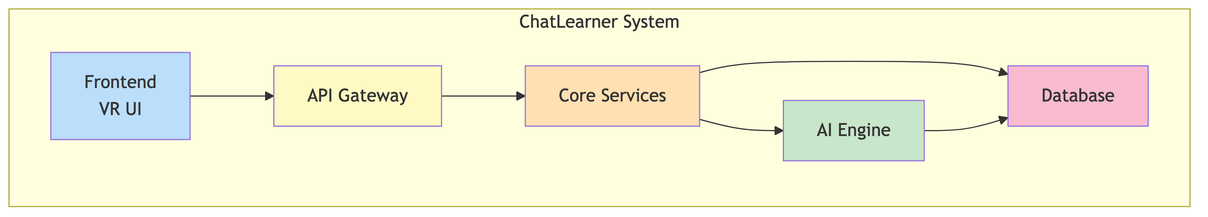
Above: figures/02_structure/level_1/sysml-bdd-01-components-simple.png in AzamkhonKh/ai_sla_vr (Mermaid), before the change. Its source is kept beside it as figures/02_structure/level_1/sysml-bdd-01-components-simple.mmd.
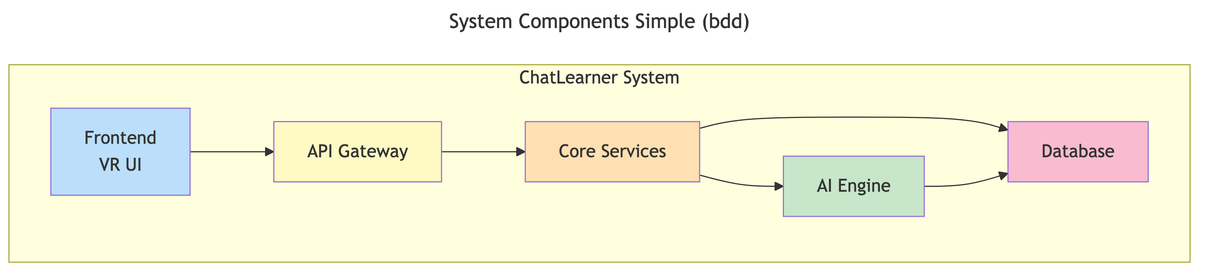
After the change.

The edit, as a diff of the source:
```diff
@@ -1,3 +1,6 @@
+---
+title: System Components Simple (bdd)
+---
 graph TB
     subgraph System["ChatLearner System"]
         Frontend["Frontend<br/>VR UI"]
```
